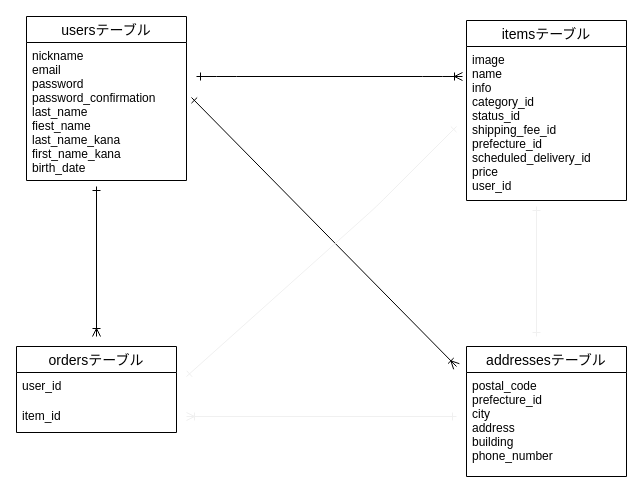
This is er.dio from motty00/furima-34467, a draw.io file, before an edit. Source tidied: cells renumbered, new cells numbered last; positions are measured from the earlier drawing's top-left corner, leaving out a move shared by most shapes. Both pictures are drawn from the tidied source at 100%, with x=0, y=0 at pixel (16, 16).
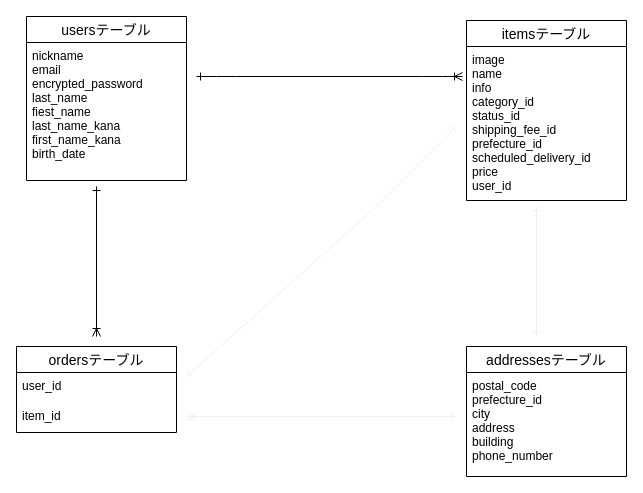
The same diagram, later.

Commit message (it also covers changes not shown here):
has_many :addressesの削除

The change refers to these unchanged cells:
```xml
<mxCell id="2" value="usersテーブル" style="swimlane;fontStyle=0;horizontal=1;startSize=26;align=center;fontSize=14;direction=east;" parent="1" vertex="1">
  <mxGeometry x="10" width="160" height="164" as="geometry" />
</mxCell>
```

Diff of the diagram source:
```diff
@@
-    <mxCell id="3" value="nickname&#10;email&#10;password&#10;password_confirmation&#10;last_name&#10;fiest_name&#10;last_name_kana&#10;first_name_kana&#10;birth_date&#10;&#10;" style="text;strokeColor=none;fillColor=none;spacingLeft=4;spacingRight=4;overflow=hidden;fontSize=12;" parent="2" vertex="1">
+    <mxCell id="3" value="nickname&#10;email&#10;encrypted_password&#10;last_name&#10;fiest_name&#10;last_name_kana&#10;first_name_kana&#10;birth_date&#10;&#10;" style="text;strokeColor=none;fillColor=none;spacingLeft=4;spacingRight=4;overflow=hidden;fontSize=12;" parent="2" vertex="1">
       <mxGeometry y="26" width="160" height="138" as="geometry" />
     </mxCell>
@@
-    <mxCell id="12" style="fontSize=12;html=1;endArrow=ERoneToMany;exitX=1.031;exitY=0.967;exitDx=0;exitDy=0;exitPerimeter=0;startArrow=ERone;startFill=0;" parent="1" edge="1">
-      <mxGeometry relative="1" as="geometry">
-        <mxPoint x="175" y="81" as="sourcePoint" />
-        <mxPoint x="440" y="350" as="targetPoint" />
-      </mxGeometry>
-    </mxCell>
```
